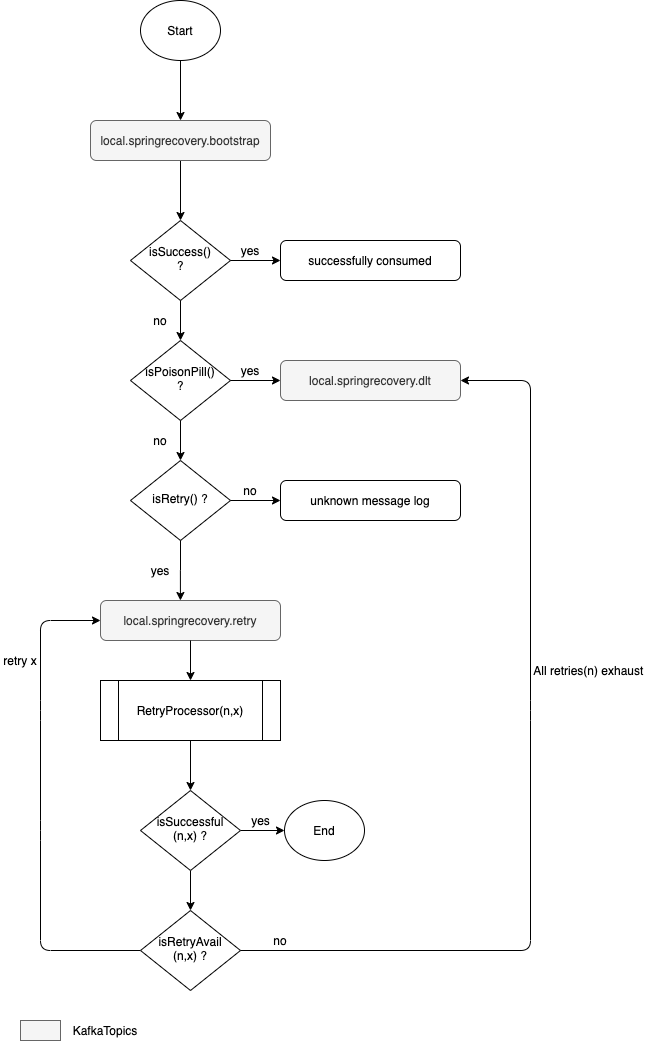
This is documents/spring-kafka-recovery-flow.png from Raghav2211/spring-kafka-recovery, a draw.io export, as it was before one commit. Source tidied: cells renumbered, new cells last; positions are measured from the earlier drawing's top-left corner, leaving out a move shared by most shapes.
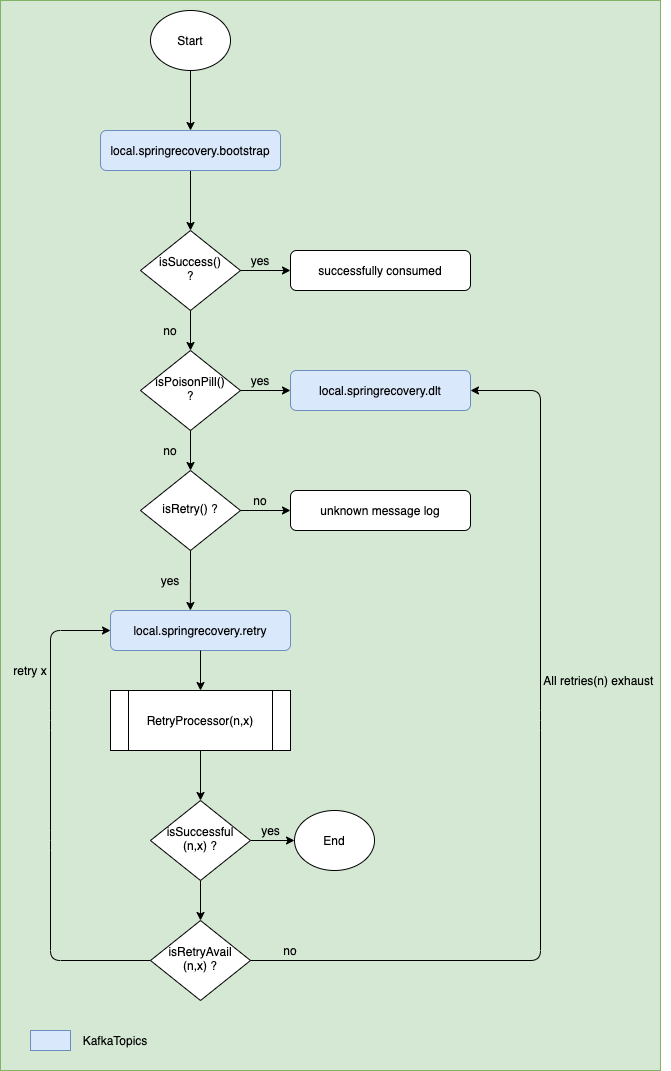
After the change.

Commit message:
add color code

The edit, as a diff of the source:
```diff
@@ -2,6 +2,9 @@
   <root>
     <mxCell id="0" />
     <mxCell id="1" parent="0" />
+    <mxCell id="42" style="rounded=0;whiteSpace=wrap;html=1;fillColor=#d5e8d4;strokeColor=#82b366;" parent="1" vertex="1">
+      <mxGeometry x="-10" y="-10" width="660" height="1070" as="geometry" />
+    </mxCell>
     <mxCell id="2" style="group;" parent="1" vertex="1">
       <mxGeometry y="120" width="530" height="620" as="geometry" />
     </mxCell>
@@ -17,7 +20,7 @@
     <mxCell id="6" style="edgeStyle=orthogonalEdgeStyle;rounded=0;jettySize=auto;html=1;entryX=0.5;entryY=0;entryDx=0;entryDy=0;" parent="2" edge="1" source="7" target="3">
       <mxGeometry relative="1" as="geometry" />
     </mxCell>
-    <mxCell id="7" value="local.springrecovery.bootstrap" style="rounded=1;whiteSpace=wrap;html=1;fontSize=12;glass=0;strokeWidth=1;shadow=0;fillColor=#f5f5f5;strokeColor=#666666;fontColor=#333333;" parent="2" vertex="1">
+    <mxCell id="7" value="local.springrecovery.bootstrap" style="rounded=1;whiteSpace=wrap;html=1;fontSize=12;glass=0;strokeWidth=1;shadow=0;fillColor=#dae8fc;strokeColor=#6c8ebf;" parent="2" vertex="1">
       <mxGeometry x="90" width="180" height="40" as="geometry" />
     </mxCell>
     <mxCell id="8" value="isPoisonPill()&lt;br&gt;?" style="rhombus;whiteSpace=wrap;html=1;shadow=0;fontFamily=Helvetica;fontSize=12;align=center;strokeWidth=1;spacing=6;spacingTop=-4;" parent="2" vertex="1">
@@ -32,7 +35,7 @@
     <mxCell id="11" style="edgeStyle=orthogonalEdgeStyle;rounded=0;jettySize=auto;html=1;entryX=0.5;entryY=0;entryDx=0;entryDy=0;" parent="2" edge="1" source="8" target="10">
       <mxGeometry relative="1" as="geometry" />
     </mxCell>
-    <mxCell id="12" value="local.springrecovery.dlt" style="rounded=1;whiteSpace=wrap;html=1;fontSize=12;glass=0;strokeWidth=1;shadow=0;fillColor=#f5f5f5;strokeColor=#666666;fontColor=#333333;" parent="2" vertex="1">
+    <mxCell id="12" value="local.springrecovery.dlt" style="rounded=1;whiteSpace=wrap;html=1;fontSize=12;glass=0;strokeWidth=1;shadow=0;fillColor=#dae8fc;strokeColor=#6c8ebf;" parent="2" vertex="1">
       <mxGeometry x="280" y="240" width="180" height="40" as="geometry" />
     </mxCell>
     <mxCell id="13" style="edgeStyle=orthogonalEdgeStyle;rounded=0;jettySize=auto;html=1;entryX=0;entryY=0.5;entryDx=0;entryDy=0;" parent="2" edge="1" source="8" target="12">
@@ -44,7 +47,7 @@
     <mxCell id="15" style="edgeStyle=orthogonalEdgeStyle;rounded=0;jettySize=auto;html=1;entryX=0;entryY=0.5;entryDx=0;entryDy=0;" parent="2" edge="1" source="10" target="14">
       <mxGeometry relative="1" as="geometry" />
     </mxCell>
-    <mxCell id="16" value="local.springrecovery.retry" style="rounded=1;whiteSpace=wrap;html=1;fontSize=12;glass=0;strokeWidth=1;shadow=0;fillColor=#f5f5f5;strokeColor=#666666;fontColor=#333333;" parent="2" vertex="1">
+    <mxCell id="16" value="local.springrecovery.retry" style="rounded=1;whiteSpace=wrap;html=1;fontSize=12;glass=0;strokeWidth=1;shadow=0;fillColor=#dae8fc;strokeColor=#6c8ebf;" parent="2" vertex="1">
       <mxGeometry x="100" y="480" width="180" height="40" as="geometry" />
     </mxCell>
     <mxCell id="17" style="edgeStyle=orthogonalEdgeStyle;rounded=0;jettySize=auto;html=1;entryX=0.444;entryY=0;entryDx=0;entryDy=0;entryPerimeter=0;" parent="2" edge="1" source="10" target="16">
@@ -129,7 +132,7 @@
     <mxCell id="39" value="Start" style="ellipse;whiteSpace=wrap;html=1;" parent="1" vertex="1">
       <mxGeometry x="140" width="80" height="60" as="geometry" />
     </mxCell>
-    <mxCell id="40" style="rounded=0;whiteSpace=wrap;html=1;fillColor=#f5f5f5;strokeColor=#666666;fontColor=#333333;" parent="1" vertex="1">
+    <mxCell id="40" style="rounded=0;whiteSpace=wrap;html=1;fillColor=#dae8fc;strokeColor=#6c8ebf;" parent="1" vertex="1">
       <mxGeometry x="20" y="1020" width="40" height="20" as="geometry" />
     </mxCell>
     <mxCell id="41" value="KafkaTopics" style="text;html=1;strokeColor=none;fillColor=none;align=center;verticalAlign=middle;whiteSpace=wrap;rounded=0;" parent="1" vertex="1">
```
